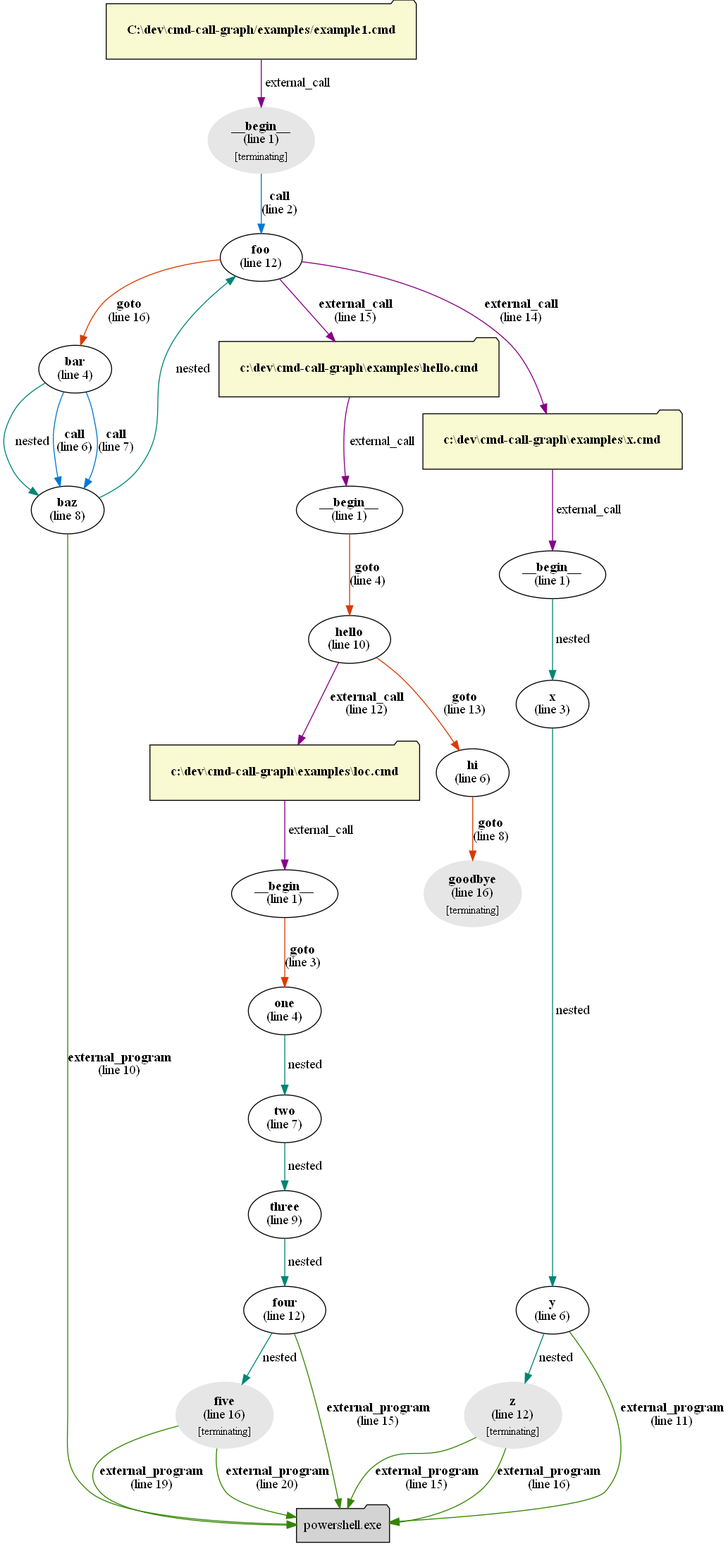
Earlier version of the Graphviz export examples/example1.png (microsoft/cmd-call-graph). Its source is kept beside it as examples/example1.dot.
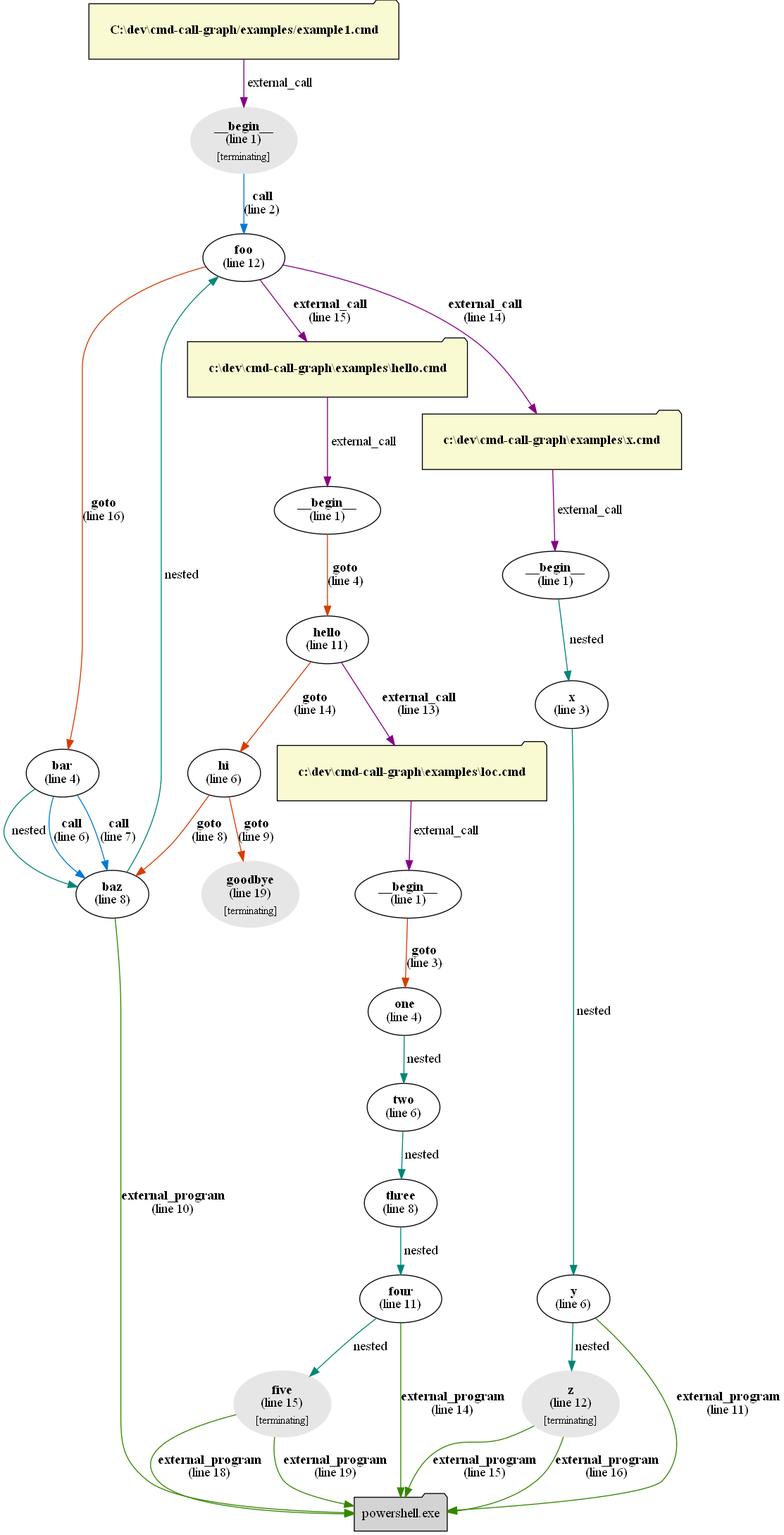
Later version of the same file.

Commit message:
Arguments for.. max depth, expand files, exclude files; Fixed rendering external calls

What changed in the source:
```diff
@@ -1,5 +1,5 @@
 digraph g {
-"C:\dev\cmd-call-graph/examples/example1.cmd" [style=filled,fillcolor=lightgoldenrodyellow,shape=folder,margin=.3,label=<<b>C:\dev\cmd-call-graph/examples/example1.cmd</b>>]
+"C:\dev\cmd-call-graph/examples/example1.cmd" [style=filled,fillcolor="#ffec8b",shape=folder,margin=.3,label=<<b>C:\dev\cmd-call-graph/examples/example1.cmd</b>>]
 "C:\dev\cmd-call-graph/examples/example1.cmd" -> "__begin__c:\dev\cmd-call-graph/examples/example1.cmd" [label=" external_call",color="#850085"]
 "__begin__c:\dev\cmd-call-graph/examples/example1.cmd" [color="#e6e6e6",style=filled,label=<<b>__begin__</b><br/>(line 1)<br/><sub>[terminating]</sub>>]
 "__begin__c:\dev\cmd-call-graph/examples/example1.cmd" -> "foo" [label=<<b>call</b><br />(line 2)>,color="#0078d4"]
@@ -13,50 +13,72 @@
 "baz" -> "powershell.exe" [label=<<b>external_program</b><br />(line 10)>,color="#358500"]
 "foo" [label=<<b>foo</b><br/>(line 12)>]
 "foo" -> "bar" [label=<<b>goto</b><br />(line 16)>,color="#d83b01"]
+"c:\dev\cmd-call-graph\examples\hello.cmd" [style=filled,shape=folder,margin=.3,fillcolor="#b8860b",label=<<b>c:\dev\cmd-call-graph\examples\hello.cmd</b><br/>End Parsing>]
 "foo" -> "c:\dev\cmd-call-graph\examples\hello.cmd" [label=<<b>external_call</b><br />(line 15)>,color="#850085"]
+"c:\dev\cmd-call-graph\examples\x.cmd" [style=filled,shape=folder,margin=.3,fillcolor="#b8860b",label=<<b>c:\dev\cmd-call-graph\examples\x.cmd</b><br/>End Parsing>]
 "foo" -> "c:\dev\cmd-call-graph\examples\x.cmd" [label=<<b>external_call</b><br />(line 14)>,color="#850085"]
 "__begin__c:\dev\cmd-call-graph\examples\x.cmd" [label=<<b>__begin__</b><br/>(line 1)>]
 "__begin__c:\dev\cmd-call-graph\examples\x.cmd" -> "x" [label=" nested",color="#008575"]
-"c:\dev\cmd-call-graph\examples\x.cmd" [style=filled,fillcolor=lightgoldenrodyellow,shape=folder,margin=.3,label=<<b>c:\dev\cmd-call-graph\examples\x.cmd</b>>]
+"c:\dev\cmd-call-graph\examples\x.cmd" [style=filled,fillcolor="#ffec8b",shape=folder,margin=.3,label=<<b>c:\dev\cmd-call-graph\examples\x.cmd</b>>]
 "c:\dev\cmd-call-graph\examples\x.cmd" -> "__begin__c:\dev\cmd-call-graph\examples\x.cmd" [label=" external_call",color="#850085"]
 "x" [label=<<b>x</b><br/>(line 3)>]
+"c:\dev\cmd-call-graph\examples\a.cmd" [style=filled,shape=folder,margin=.3,fillcolor="#b8860b",label=<<b>c:\dev\cmd-call-graph\examples\a.cmd</b><br/>End Parsing>]
+"x" -> "c:\dev\cmd-call-graph\examples\a.cmd" [label=<<b>external_call</b><br />(line 6)>,color="#850085"]
 "x" -> "y" [label=" nested",color="#008575"]
-"y" [label=<<b>y</b><br/>(line 6)>]
+"y" [label=<<b>y</b><br/>(line 7)>]
 "powershell.exe" [style=filled,shape=folder]
-"y" -> "powershell.exe" [label=<<b>external_program</b><br />(line 11)>,color="#358500"]
+"y" -> "powershell.exe" [label=<<b>external_program</b><br />(line 12)>,color="#358500"]
 "y" -> "z" [label=" nested",color="#008575"]
-"z" [color="#e6e6e6",style=filled,label=<<b>z</b><br/>(line 12)<br/><sub>[terminating]</sub>>]
-"powershell.exe" [style=filled,shape=folder]
-"z" -> "powershell.exe" [label=<<b>external_program</b><br />(line 15)>,color="#358500"]
+"z" [color="#e6e6e6",style=filled,label=<<b>z</b><br/>(line 13)<br/><sub>[terminating]</sub>>]
 "powershell.exe" [style=filled,shape=folder]
 "z" -> "powershell.exe" [label=<<b>external_program</b><br />(line 16)>,color="#358500"]
+"powershell.exe" [style=filled,shape=folder]
+"z" -> "powershell.exe" [label=<<b>external_program</b><br />(line 17)>,color="#358500"]
+"__begin__c:\dev\cmd-call-graph\examples\a.cmd" [label=<<b>__begin__</b><br/>(line 1)>]
+"__begin__c:\dev\cmd-call-graph\examples\a.cmd" -> "awork" [label=<<b>goto</b><br />(line 3)>,color="#d83b01"]
+"awork" [color="#e6e6e6",style=filled,label=<<b>awork</b><br/>(line 5)<br/><sub>[terminating]</sub>>]
+"c:\dev\cmd-call-graph\examples\b.cmd" [style=filled,shape=folder,margin=.3,fillcolor="#b8860b",label=<<b>c:\dev\cmd-call-graph\examples\b.cmd</b><br/>End Parsing>]
+"awork" -> "c:\dev\cmd-call-graph\examples\b.cmd" [label=<<b>external_call</b><br />(line 6)>,color="#850085"]
+"c:\dev\cmd-call-graph\examples\a.cmd" [style=filled,fillcolor="#ffec8b",shape=folder,margin=.3,label=<<b>c:\dev\cmd-call-graph\examples\a.cmd</b>>]
+"c:\dev\cmd-call-graph\examples\a.cmd" -> "__begin__c:\dev\cmd-call-graph\examples\a.cmd" [label=" external_call",color="#850085"]
+"__begin__c:\dev\cmd-call-graph\examples\b.cmd" [label=<<b>__begin__</b><br/>(line 1)>]
+"__begin__c:\dev\cmd-call-graph\examples\b.cmd" -> "bwork" [label=<<b>goto</b><br />(line 3)>,color="#d83b01"]
+"bwork" [color="#e6e6e6",style=filled,label=<<b>bwork</b><br/>(line 5)<br/><sub>[terminating]</sub>>]
+"c:\dev\cmd-call-graph\examples\c.cmd" [style=filled,shape=folder,margin=.3,fillcolor="#b8860b",label=<<b>c:\dev\cmd-call-graph\examples\c.cmd</b><br/>End Parsing>]
+"bwork" -> "c:\dev\cmd-call-graph\examples\c.cmd" [label=<<b>external_call</b><br />(line 6)>,color="#850085"]
+"c:\dev\cmd-call-graph\examples\b.cmd" [style=filled,fillcolor="#ffec8b",shape=folder,margin=.3,label=<<b>c:\dev\cmd-call-graph\examples\b.cmd</b>>]
+"c:\dev\cmd-call-graph\examples\b.cmd" -> "__begin__c:\dev\cmd-call-graph\examples\b.cmd" [label=" external_call",color="#850085"]
 "__begin__c:\dev\cmd-call-graph\examples\hello.cmd" [label=<<b>__begin__</b><br/>(line 1)>]
 "__begin__c:\dev\cmd-call-graph\examples\hello.cmd" -> "hello" [label=<<b>goto</b><br />(line 4)>,color="#d83b01"]
-"c:\dev\cmd-call-graph\examples\hello.cmd" [style=filled,fillcolor=lightgoldenrodyellow,shape=folder,margin=.3,label=<<b>c:\dev\cmd-call-graph\examples\hello.cmd</b>>]
+"baz" [label=<<b>baz</b><br/>(line 16)>]
+"baz" -> "goodbye" [label=" nested",color="#008575"]
+"c:\dev\cmd-call-graph\examples\hello.cmd" [style=filled,fillcolor="#ffec8b",shape=folder,margin=.3,label=<<b>c:\dev\cmd-call-graph\examples\hello.cmd</b>>]
 "c:\dev\cmd-call-graph\examples\hello.cmd" -> "__begin__c:\dev\cmd-call-graph\examples\hello.cmd" [label=" external_call",color="#850085"]
-"goodbye" [color="#e6e6e6",style=filled,label=<<b>goodbye</b><br/>(line 16)<br/><sub>[terminating]</sub>>]
-"hello" [label=<<b>hello</b><br/>(line 10)>]
-"hello" -> "c:\dev\cmd-call-graph\examples\loc.cmd" [label=<<b>external_call</b><br />(line 12)>,color="#850085"]
-"hello" -> "hi" [label=<<b>goto</b><br />(line 13)>,color="#d83b01"]
+"goodbye" [color="#e6e6e6",style=filled,label=<<b>goodbye</b><br/>(line 19)<br/><sub>[terminating]</sub>>]
+"hello" [label=<<b>hello</b><br/>(line 11)>]
+"c:\dev\cmd-call-graph\examples\loc.cmd" [style=filled,shape=folder,margin=.3,fillcolor="#b8860b",label=<<b>c:\dev\cmd-call-graph\examples\loc.cmd</b><br/>End Parsing>]
+"hello" -> "c:\dev\cmd-call-graph\examples\loc.cmd" [label=<<b>external_call</b><br />(line 13)>,color="#850085"]
+"hello" -> "hi" [label=<<b>goto</b><br />(line 14)>,color="#d83b01"]
 "hi" [label=<<b>hi</b><br/>(line 6)>]
-"hi" -> "goodbye" [label=<<b>goto</b><br />(line 8)>,color="#d83b01"]
+"hi" -> "baz" [label=<<b>goto</b><br />(line 8)>,color="#d83b01"]
+"hi" -> "goodbye" [label=<<b>goto</b><br />(line 9)>,color="#d83b01"]
 "__begin__c:\dev\cmd-call-graph\examples\loc.cmd" [label=<<b>__begin__</b><br/>(line 1)>]
 "__begin__c:\dev\cmd-call-graph\examples\loc.cmd" -> "one" [label=<<b>goto</b><br />(line 3)>,color="#d83b01"]
-"c:\dev\cmd-call-graph\examples\loc.cmd" [style=filled,fillcolor=lightgoldenrodyellow,shape=folder,margin=.3,label=<<b>c:\dev\cmd-call-graph\examples\loc.cmd</b>>]
+"c:\dev\cmd-call-graph\examples\loc.cmd" [style=filled,fillcolor="#ffec8b",shape=folder,margin=.3,label=<<b>c:\dev\cmd-call-graph\examples\loc.cmd</b>>]
 "c:\dev\cmd-call-graph\examples\loc.cmd" -> "__begin__c:\dev\cmd-call-graph\examples\loc.cmd" [label=" external_call",color="#850085"]
-"five" [color="#e6e6e6",style=filled,label=<<b>five</b><br/>(line 16)<br/><sub>[terminating]</sub>>]
+"five" [color="#e6e6e6",style=filled,label=<<b>five</b><br/>(line 15)<br/><sub>[terminating]</sub>>]
+"powershell.exe" [style=filled,shape=folder]
+"five" -> "powershell.exe" [label=<<b>external_program</b><br />(line 18)>,color="#358500"]
 "powershell.exe" [style=filled,shape=folder]
 "five" -> "powershell.exe" [label=<<b>external_program</b><br />(line 19)>,color="#358500"]
-"powershell.exe" [style=filled,shape=folder]
-"five" -> "powershell.exe" [label=<<b>external_program</b><br />(line 20)>,color="#358500"]
-"four" [label=<<b>four</b><br/>(line 12)>]
+"four" [label=<<b>four</b><br/>(line 11)>]
 "four" -> "five" [label=" nested",color="#008575"]
 "powershell.exe" [style=filled,shape=folder]
-"four" -> "powershell.exe" [label=<<b>external_program</b><br />(line 15)>,color="#358500"]
+"four" -> "powershell.exe" [label=<<b>external_program</b><br />(line 14)>,color="#358500"]
 "one" [label=<<b>one</b><br/>(line 4)>]
 "one" -> "two" [label=" nested",color="#008575"]
-"three" [label=<<b>three</b><br/>(line 9)>]
+"three" [label=<<b>three</b><br/>(line 8)>]
 "three" -> "four" [label=" nested",color="#008575"]
-"two" [label=<<b>two</b><br/>(line 7)>]
+"two" [label=<<b>two</b><br/>(line 6)>]
 "two" -> "three" [label=" nested",color="#008575"]
 }
```
